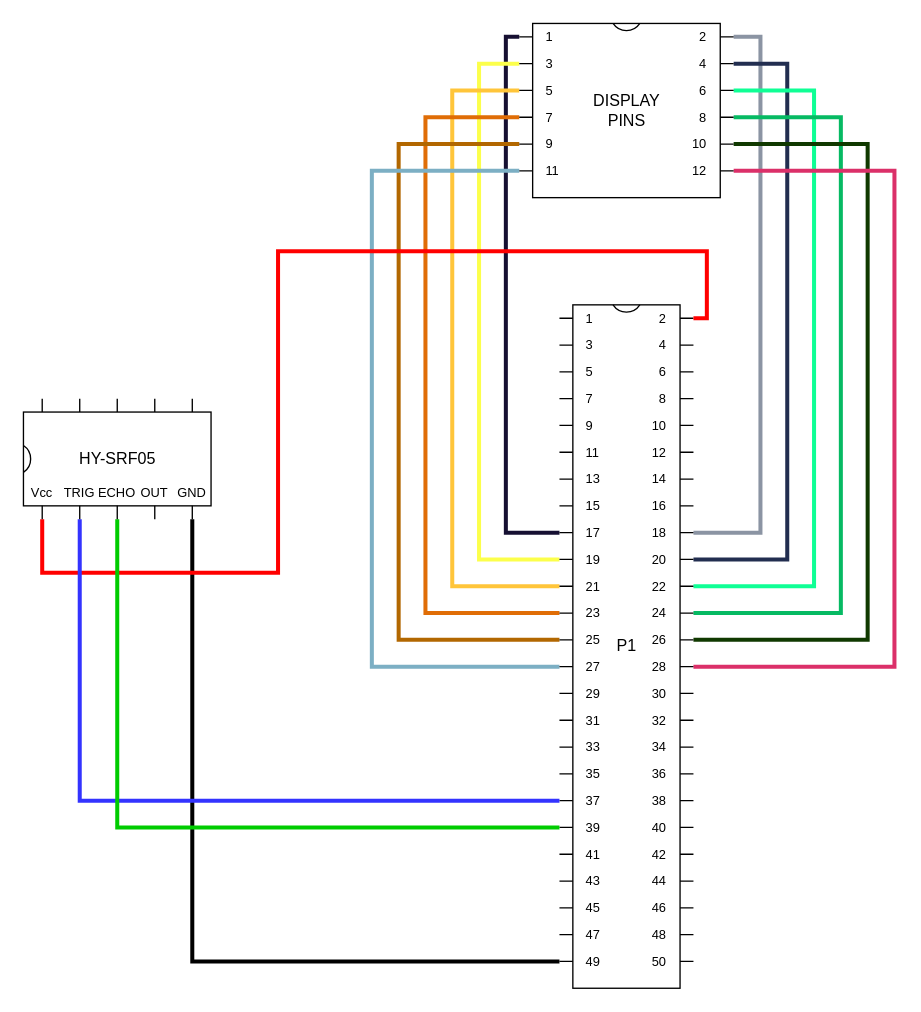
The draw.io diagram page "Circuit" (1 of 3) of docs/resources/diagrams.drawio in hungdojan/IMP_Project, before the edit. Source tidied: cells renumbered, new cells numbered last; positions are measured from the earlier drawing's top-left corner, leaving out a move shared by most shapes. Both pictures are drawn from the tidied source at 134%, with x=0, y=0 at pixel (23, 23).
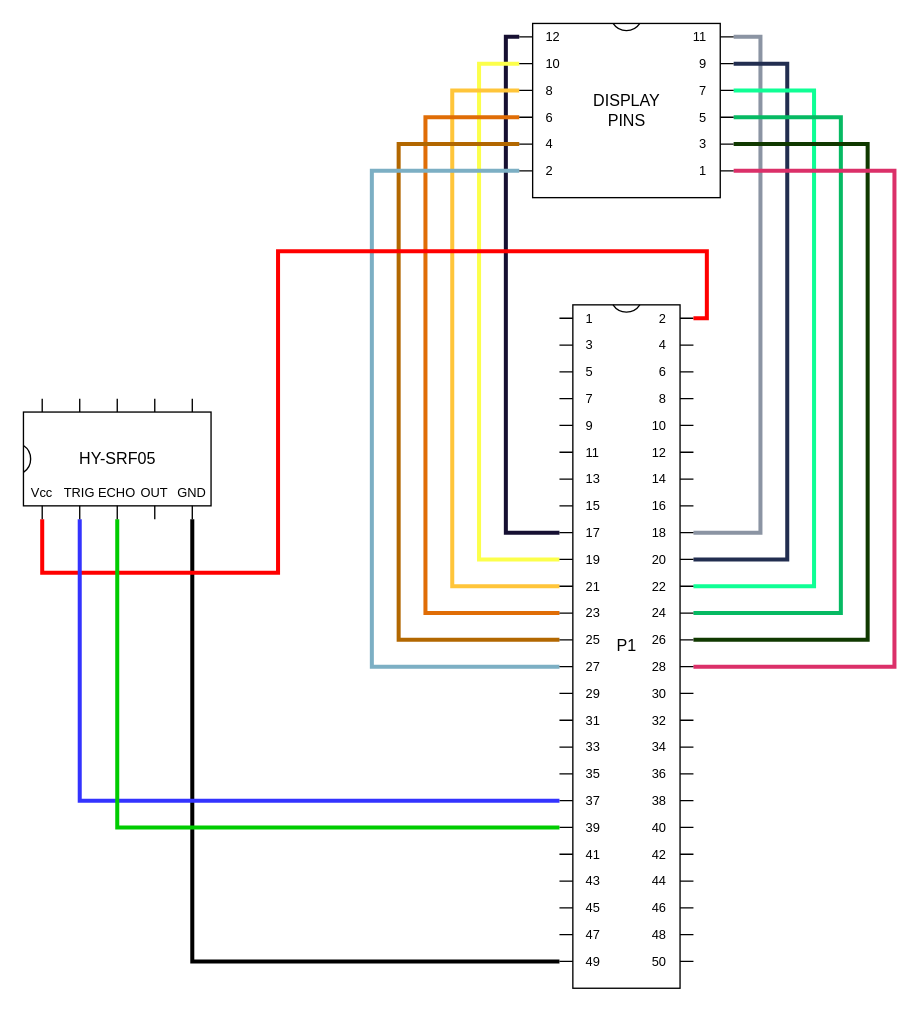
After the change.

Diff of the diagram source:
```diff
@@
-    <mxCell id="15" value="DISPLAY&lt;br&gt;PINS" style="shadow=0;dashed=0;align=center;html=1;strokeWidth=1;shape=mxgraph.electrical.logic_gates.dual_inline_ic;labelNames=1,3,5,7,9,11,12,10,8,6,4,2;pinLabelType=cust;labelCount=12;" parent="1" vertex="1">
+    <mxCell id="15" value="DISPLAY&lt;br&gt;PINS" style="shadow=0;dashed=0;align=center;html=1;strokeWidth=1;shape=mxgraph.electrical.logic_gates.dual_inline_ic;labelNames=12,10,8,6,4,2,1,3,5,7,9,11;pinLabelType=cust;labelCount=12;" parent="1" vertex="1">
       <mxGeometry x="370" width="160" height="130" as="geometry" />
     </mxCell>
```
